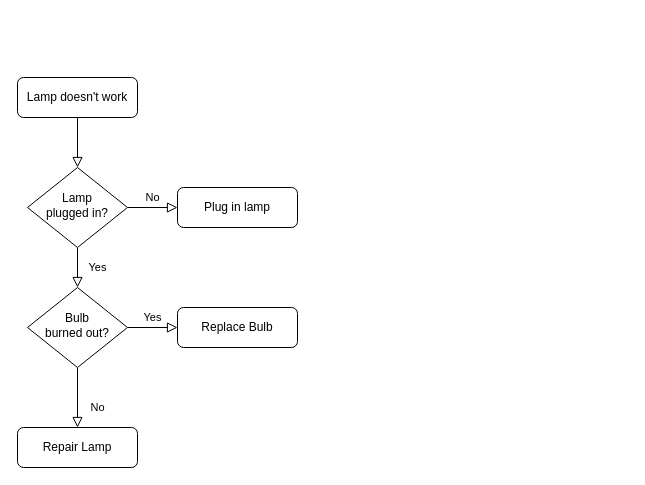
Above: Untitled Diagram.drawio in haydarsinan/SWE573 (draw.io), before the change. Source tidied: cells renumbered, new cells numbered last; positions are measured from the earlier drawing's top-left corner, leaving out a move shared by most shapes. Both pictures are drawn from the tidied source at 100%, with x=0, y=0 at pixel (17, 77).
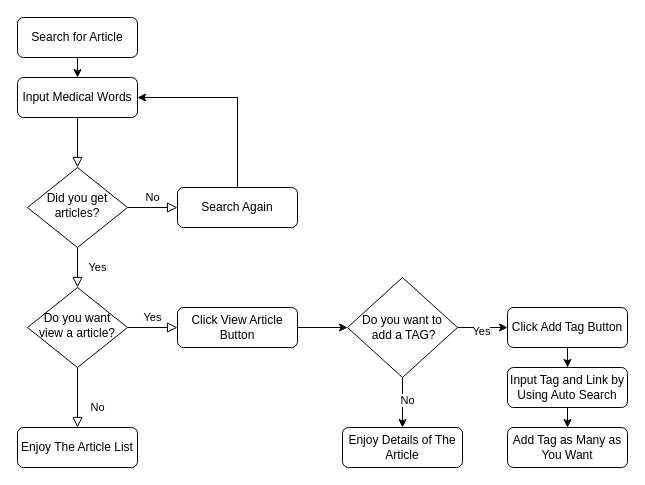
Above is the later version.

Commit message:
Flow Chart of SearchandTag Medical Article App.drawio

Change to the diagram source:
```diff
@@
-    <mxCell id="3" value="Lamp doesn't work" style="rounded=1;whiteSpace=wrap;html=1;fontSize=12;glass=0;strokeWidth=1;shadow=0;" parent="1" vertex="1">
+    <mxCell id="3" value="Input Medical Words" style="rounded=1;whiteSpace=wrap;html=1;fontSize=12;glass=0;strokeWidth=1;shadow=0;" parent="1" vertex="1">
       <mxGeometry width="120" height="40" as="geometry" />
     </mxCell>
@@
-    <mxCell id="6" value="Lamp&lt;br&gt;plugged in?" style="rhombus;whiteSpace=wrap;html=1;shadow=0;fontFamily=Helvetica;fontSize=12;align=center;strokeWidth=1;spacing=6;spacingTop=-4;" parent="1" vertex="1">
+    <mxCell id="6" value="Did you get articles?" style="rhombus;whiteSpace=wrap;html=1;shadow=0;fontFamily=Helvetica;fontSize=12;align=center;strokeWidth=1;spacing=6;spacingTop=-4;" parent="1" vertex="1">
       <mxGeometry x="10" y="90" width="100" height="80" as="geometry" />
     </mxCell>
+    <mxCell id="13" style="edgeStyle=orthogonalEdgeStyle;rounded=0;jettySize=auto;html=1;exitX=0.5;exitY=0;exitDx=0;exitDy=0;entryX=1;entryY=0.5;entryDx=0;entryDy=0;" parent="1" edge="1" source="7" target="3">
+      <mxGeometry relative="1" as="geometry" />
+    </mxCell>
-    <mxCell id="7" value="Plug in lamp" style="rounded=1;whiteSpace=wrap;html=1;fontSize=12;glass=0;strokeWidth=1;shadow=0;" parent="1" vertex="1">
+    <mxCell id="7" value="Search Again" style="rounded=1;whiteSpace=wrap;html=1;fontSize=12;glass=0;strokeWidth=1;shadow=0;" parent="1" vertex="1">
       <mxGeometry x="160" y="110" width="120" height="40" as="geometry" />
     </mxCell>
@@
-    <mxCell id="10" value="Bulb&lt;br&gt;burned out?" style="rhombus;whiteSpace=wrap;html=1;shadow=0;fontFamily=Helvetica;fontSize=12;align=center;strokeWidth=1;spacing=6;spacingTop=-4;" parent="1" vertex="1">
+    <mxCell id="10" value="Do you want view a article?" style="rhombus;whiteSpace=wrap;html=1;shadow=0;fontFamily=Helvetica;fontSize=12;align=center;strokeWidth=1;spacing=6;spacingTop=-4;" parent="1" vertex="1">
       <mxGeometry x="10" y="210" width="100" height="80" as="geometry" />
     </mxCell>
-    <mxCell id="11" value="Repair Lamp" style="rounded=1;whiteSpace=wrap;html=1;fontSize=12;glass=0;strokeWidth=1;shadow=0;" parent="1" vertex="1">
+    <mxCell id="11" value="Enjoy The Article List" style="rounded=1;whiteSpace=wrap;html=1;fontSize=12;glass=0;strokeWidth=1;shadow=0;" parent="1" vertex="1">
       <mxGeometry y="350" width="120" height="40" as="geometry" />
     </mxCell>
+    <mxCell id="14" style="edgeStyle=orthogonalEdgeStyle;rounded=0;jettySize=auto;html=1;exitX=1;exitY=0.5;exitDx=0;exitDy=0;entryX=0;entryY=0.5;entryDx=0;entryDy=0;" parent="1" edge="1" source="12" target="21">
+      <mxGeometry relative="1" as="geometry" />
+    </mxCell>
-    <mxCell id="12" value="Replace Bulb" style="rounded=1;whiteSpace=wrap;html=1;fontSize=12;glass=0;strokeWidth=1;shadow=0;" parent="1" vertex="1">
+    <mxCell id="12" value="Click View Article Button" style="rounded=1;whiteSpace=wrap;html=1;fontSize=12;glass=0;strokeWidth=1;shadow=0;" parent="1" vertex="1">
       <mxGeometry x="160" y="230" width="120" height="40" as="geometry" />
     </mxCell>
+    <mxCell id="15" style="edgeStyle=orthogonalEdgeStyle;rounded=0;jettySize=auto;html=1;exitX=0.5;exitY=1;exitDx=0;exitDy=0;entryX=0.5;entryY=0;entryDx=0;entryDy=0;" parent="1" edge="1" source="16" target="3">
+      <mxGeometry relative="1" as="geometry" />
+    </mxCell>
+    <mxCell id="16" value="Search for Article" style="rounded=1;whiteSpace=wrap;html=1;fontSize=12;glass=0;strokeWidth=1;shadow=0;" parent="1" vertex="1">
+      <mxGeometry y="-60" width="120" height="40" as="geometry" />
+    </mxCell>
+    <mxCell id="17" style="edgeStyle=orthogonalEdgeStyle;rounded=0;jettySize=auto;html=1;" parent="1" edge="1" source="21" target="24">
+      <mxGeometry relative="1" as="geometry" />
+    </mxCell>
+    <mxCell id="18" value="Yes" style="edgeLabel;html=1;align=center;verticalAlign=middle;" parent="17" vertex="1">
+      <mxGeometry x="-0.08" y="-3" relative="1" as="geometry" />
+    </mxCell>
+    <mxCell id="19" style="edgeStyle=orthogonalEdgeStyle;rounded=0;jettySize=auto;html=1;" parent="1" edge="1" source="21" target="22">
+      <mxGeometry relative="1" as="geometry" />
+    </mxCell>
+    <mxCell id="20" value="No" style="edgeLabel;html=1;align=center;verticalAlign=middle;" parent="19" vertex="1">
+      <mxGeometry x="-0.12" y="4" relative="1" as="geometry" />
+    </mxCell>
+    <mxCell id="21" value="Do you want to&lt;br&gt;&amp;nbsp;add a TAG?" style="rhombus;whiteSpace=wrap;html=1;" parent="1" vertex="1">
+      <mxGeometry x="330" y="200" width="110" height="100" as="geometry" />
+    </mxCell>
+    <mxCell id="22" value="Enjoy Details of The Article" style="rounded=1;whiteSpace=wrap;html=1;fontSize=12;glass=0;strokeWidth=1;shadow=0;" parent="1" vertex="1">
+      <mxGeometry x="325" y="350" width="120" height="40" as="geometry" />
+    </mxCell>
+    <mxCell id="23" style="edgeStyle=orthogonalEdgeStyle;rounded=0;jettySize=auto;html=1;" parent="1" edge="1" source="24" target="26">
+      <mxGeometry relative="1" as="geometry" />
+    </mxCell>
+    <mxCell id="24" value="Click Add Tag Button" style="rounded=1;whiteSpace=wrap;html=1;fontSize=12;glass=0;strokeWidth=1;shadow=0;" parent="1" vertex="1">
+      <mxGeometry x="490" y="230" width="120" height="40" as="geometry" />
+    </mxCell>
+    <mxCell id="25" style="edgeStyle=orthogonalEdgeStyle;rounded=0;jettySize=auto;html=1;" parent="1" edge="1" source="26" target="27">
+      <mxGeometry relative="1" as="geometry" />
+    </mxCell>
+    <mxCell id="26" value="Input Tag and Link by Using Auto Search" style="rounded=1;whiteSpace=wrap;html=1;fontSize=12;glass=0;strokeWidth=1;shadow=0;" parent="1" vertex="1">
+      <mxGeometry x="490" y="290" width="120" height="40" as="geometry" />
+    </mxCell>
+    <mxCell id="27" value="Add Tag as Many as You Want" style="rounded=1;whiteSpace=wrap;html=1;fontSize=12;glass=0;strokeWidth=1;shadow=0;" parent="1" vertex="1">
+      <mxGeometry x="490" y="350" width="120" height="40" as="geometry" />
+    </mxCell>
```
